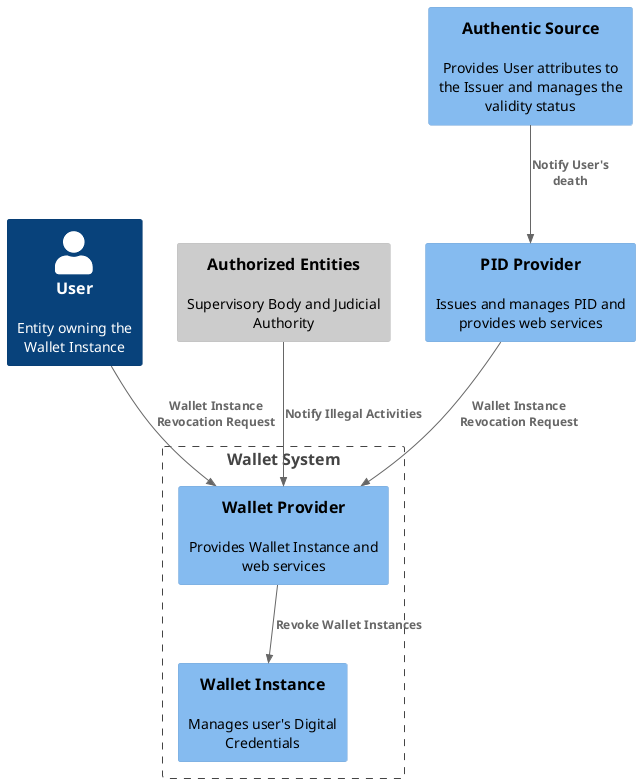
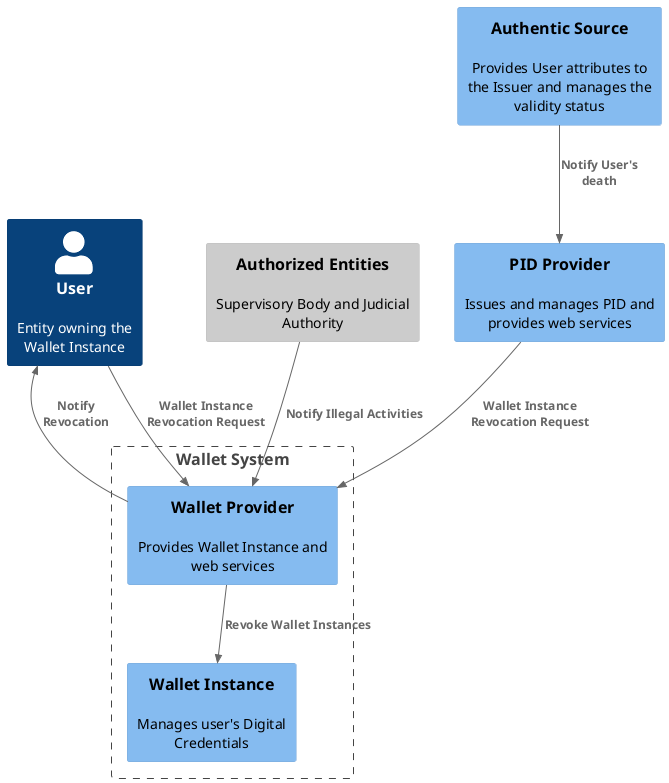
@startuml Entities involved in the Wallet Instance revocation process
!include <C4/C4_Component>

HIDE_STEREOTYPE()

Person(user, "User", "Entity owning the \nWallet Instance")

Boundary(wallet_system, "Wallet System") {
    Component(wallet_instance, "Wallet Instance", "", "Manages user's Digital Credentials")
    Component(wallet_provider,"Wallet Provider", "", "Provides Wallet Instance and web services")
}

Component(authentic_source, "Authentic Source", "", "Provides User attributes to the Issuer and manages the validity status")
Component_Ext(authorized_body, "Authorized Entities", "", "Supervisory Body and Judicial Authority")

Component(issuer, "PID Provider", "", "Issues and manages PID and provides web services")


Rel(user, wallet_provider, "Wallet Instance Revocation Request")

Rel(wallet_provider, wallet_instance, "Revoke Wallet Instances")
Rel(issuer, wallet_provider, "Wallet Instance Revocation Request")

Rel(authentic_source, issuer, "Notify User's \ndeath")
Rel(authorized_body, wallet_provider, "Notify Illegal Activities")
+ 
+ Rel_L(wallet_provider, user, "Notify \nRevocation")
+ 
@enduml